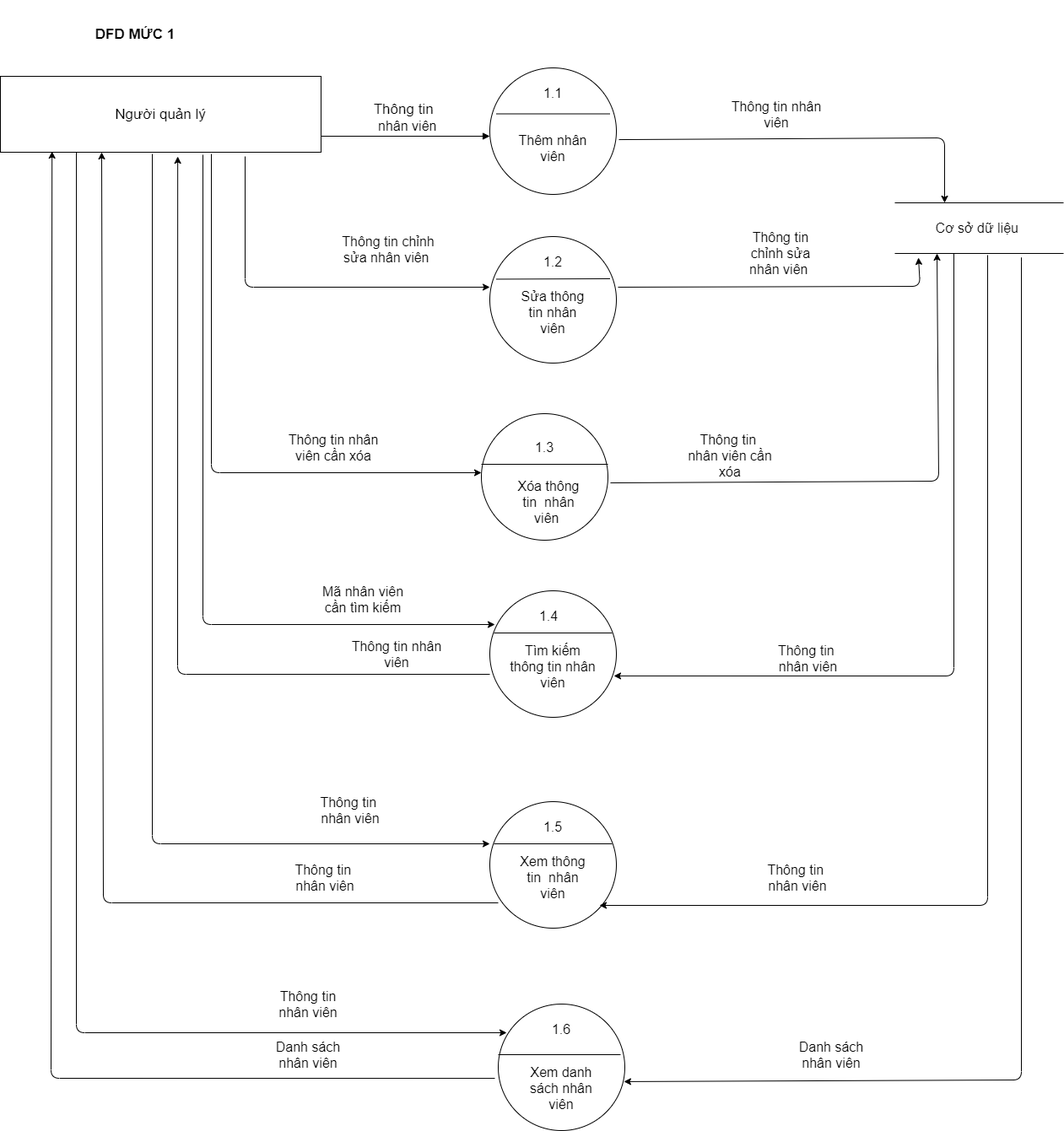
KNhaa/DoAnCNPM keeps this draw.io diagram as Phan_Tich_Thiet_Ke/DFD/QuanLyNhanVien/DFD_Muc1_QuanLyNhanVien.png. Above is the earlier version. Source tidied: cells renumbered, new cells last; positions are measured from the earlier drawing's top-left corner, leaving out a move shared by most shapes.
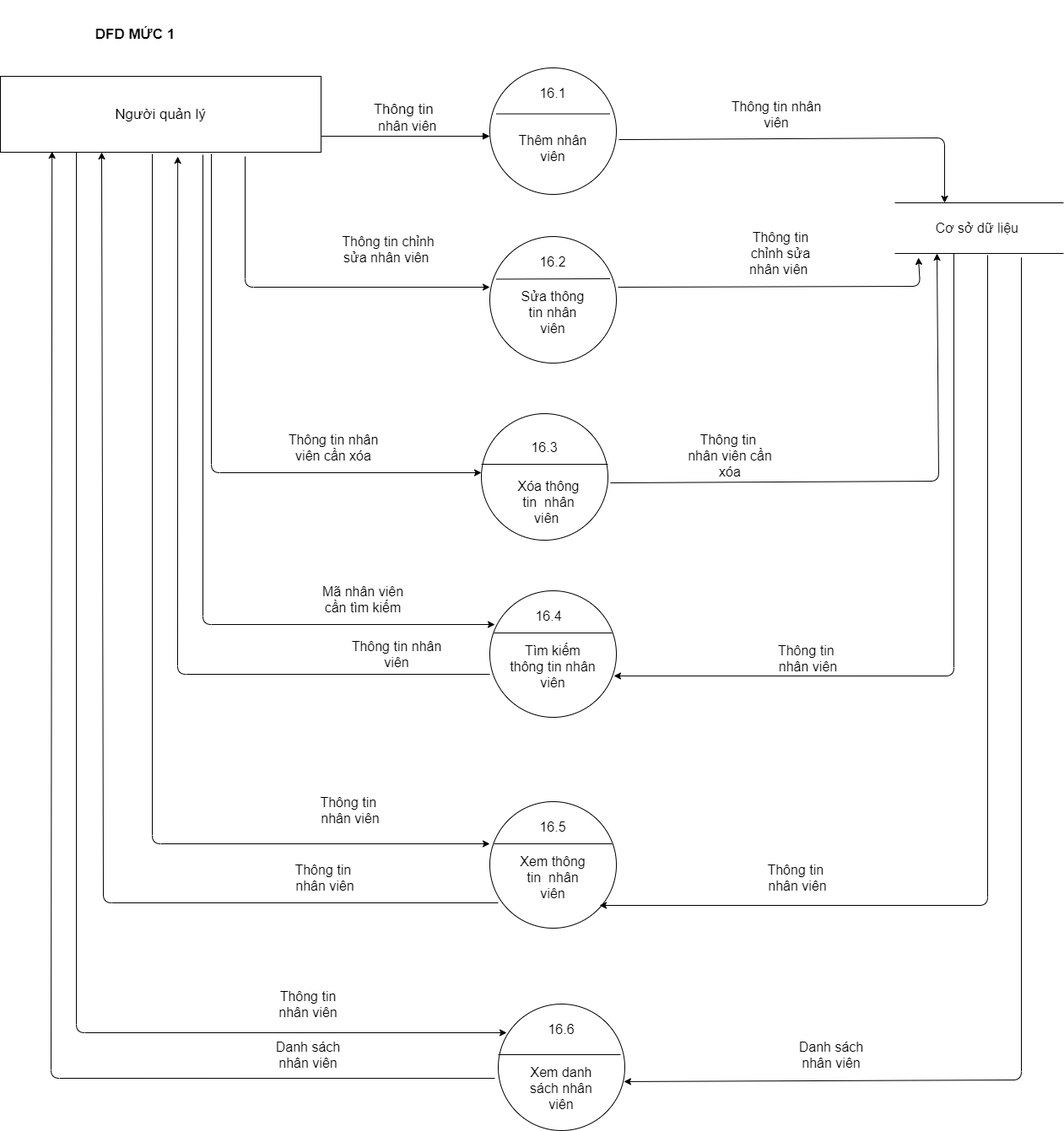
Above is the later version.

Change to the diagram source:
```diff
@@ -104,7 +104,7 @@
         <mxPoint x="722.5" y="134.5" as="targetPoint" />
       </mxGeometry>
     </mxCell>
-    <mxCell id="21" value="&lt;font style=&quot;font-size: 16px&quot;&gt;1.1&lt;/font&gt;" style="text;html=1;strokeColor=none;fillColor=none;align=center;verticalAlign=middle;whiteSpace=wrap;rounded=0;" parent="1" vertex="1">
+    <mxCell id="21" value="&lt;span style=&quot;font-size: 16px&quot;&gt;16.1&lt;/span&gt;" style="text;html=1;strokeColor=none;fillColor=none;align=center;verticalAlign=middle;whiteSpace=wrap;rounded=0;" parent="1" vertex="1">
       <mxGeometry x="635" y="100" width="40" height="20" as="geometry" />
     </mxCell>
     <mxCell id="22" value="&lt;font style=&quot;font-size: 16px&quot;&gt;Thêm nhân viên&lt;/font&gt;" style="text;html=1;strokeColor=none;fillColor=none;align=center;verticalAlign=middle;whiteSpace=wrap;rounded=0;" parent="1" vertex="1">
@@ -119,7 +119,7 @@
         <mxPoint x="722.5" y="330" as="targetPoint" />
       </mxGeometry>
     </mxCell>
-    <mxCell id="25" value="&lt;font style=&quot;font-size: 16px&quot;&gt;1.2&lt;/font&gt;" style="text;html=1;strokeColor=none;fillColor=none;align=center;verticalAlign=middle;whiteSpace=wrap;rounded=0;" parent="1" vertex="1">
+    <mxCell id="25" value="&lt;span style=&quot;font-size: 16px&quot;&gt;16.2&lt;/span&gt;" style="text;html=1;strokeColor=none;fillColor=none;align=center;verticalAlign=middle;whiteSpace=wrap;rounded=0;" parent="1" vertex="1">
       <mxGeometry x="635" y="300" width="40" height="20" as="geometry" />
     </mxCell>
     <mxCell id="26" value="&lt;font style=&quot;font-size: 16px&quot;&gt;Sửa thông tin nhân viên&lt;/font&gt;" style="text;html=1;strokeColor=none;fillColor=none;align=center;verticalAlign=middle;whiteSpace=wrap;rounded=0;" parent="1" vertex="1">
@@ -134,7 +134,7 @@
         <mxPoint x="720" y="550" as="targetPoint" />
       </mxGeometry>
     </mxCell>
-    <mxCell id="29" value="&lt;font style=&quot;font-size: 16px&quot;&gt;1.3&lt;/font&gt;" style="text;html=1;strokeColor=none;fillColor=none;align=center;verticalAlign=middle;whiteSpace=wrap;rounded=0;" parent="1" vertex="1">
+    <mxCell id="29" value="&lt;span style=&quot;font-size: 16px&quot;&gt;16.3&lt;/span&gt;" style="text;html=1;strokeColor=none;fillColor=none;align=center;verticalAlign=middle;whiteSpace=wrap;rounded=0;" parent="1" vertex="1">
       <mxGeometry x="625" y="520" width="40" height="20" as="geometry" />
     </mxCell>
     <mxCell id="30" value="&lt;font style=&quot;font-size: 16px&quot;&gt;Xóa thông tin&amp;nbsp; nhân viên&amp;nbsp;&lt;/font&gt;" style="text;html=1;strokeColor=none;fillColor=none;align=center;verticalAlign=middle;whiteSpace=wrap;rounded=0;" parent="1" vertex="1">
@@ -152,7 +152,7 @@
         <mxPoint x="725" y="750" as="targetPoint" />
       </mxGeometry>
     </mxCell>
-    <mxCell id="34" value="&lt;font style=&quot;font-size: 16px&quot;&gt;1.4&lt;/font&gt;" style="text;html=1;strokeColor=none;fillColor=none;align=center;verticalAlign=middle;whiteSpace=wrap;rounded=0;" parent="1" vertex="1">
+    <mxCell id="34" value="&lt;span style=&quot;font-size: 16px&quot;&gt;16.4&lt;/span&gt;" style="text;html=1;strokeColor=none;fillColor=none;align=center;verticalAlign=middle;whiteSpace=wrap;rounded=0;" parent="1" vertex="1">
       <mxGeometry x="630" y="720" width="40" height="20" as="geometry" />
     </mxCell>
     <mxCell id="35" value="&lt;font style=&quot;font-size: 16px&quot;&gt;Tìm kiếm thông tin nhân viên&lt;/font&gt;" style="text;html=1;strokeColor=none;fillColor=none;align=center;verticalAlign=middle;whiteSpace=wrap;rounded=0;" parent="1" vertex="1">
@@ -167,7 +167,7 @@
         <mxPoint x="725" y="1000" as="targetPoint" />
       </mxGeometry>
     </mxCell>
-    <mxCell id="38" value="&lt;font style=&quot;font-size: 16px&quot;&gt;1.5&lt;/font&gt;" style="text;html=1;strokeColor=none;fillColor=none;align=center;verticalAlign=middle;whiteSpace=wrap;rounded=0;" parent="1" vertex="1">
+    <mxCell id="38" value="&lt;span style=&quot;font-size: 16px&quot;&gt;16.5&lt;/span&gt;" style="text;html=1;strokeColor=none;fillColor=none;align=center;verticalAlign=middle;whiteSpace=wrap;rounded=0;" parent="1" vertex="1">
       <mxGeometry x="635" y="970" width="40" height="20" as="geometry" />
     </mxCell>
     <mxCell id="39" value="&lt;font style=&quot;font-size: 16px&quot;&gt;Xem thông tin&amp;nbsp; nhân viên&lt;/font&gt;" style="text;html=1;strokeColor=none;fillColor=none;align=center;verticalAlign=middle;whiteSpace=wrap;rounded=0;" parent="1" vertex="1">
@@ -230,7 +230,7 @@
         <mxPoint x="735" y="1250" as="targetPoint" />
       </mxGeometry>
     </mxCell>
-    <mxCell id="51" value="&lt;font style=&quot;font-size: 16px&quot;&gt;1.6&lt;/font&gt;" style="text;html=1;strokeColor=none;fillColor=none;align=center;verticalAlign=middle;whiteSpace=wrap;rounded=0;" parent="1" vertex="1">
+    <mxCell id="51" value="&lt;span style=&quot;font-size: 16px&quot;&gt;16.6&lt;/span&gt;" style="text;html=1;strokeColor=none;fillColor=none;align=center;verticalAlign=middle;whiteSpace=wrap;rounded=0;" parent="1" vertex="1">
       <mxGeometry x="645" y="1210" width="40" height="20" as="geometry" />
     </mxCell>
     <mxCell id="52" value="&lt;font style=&quot;font-size: 16px&quot;&gt;Xem danh sách nhân viên&lt;/font&gt;" style="text;html=1;strokeColor=none;fillColor=none;align=center;verticalAlign=middle;whiteSpace=wrap;rounded=0;" parent="1" vertex="1">
```
